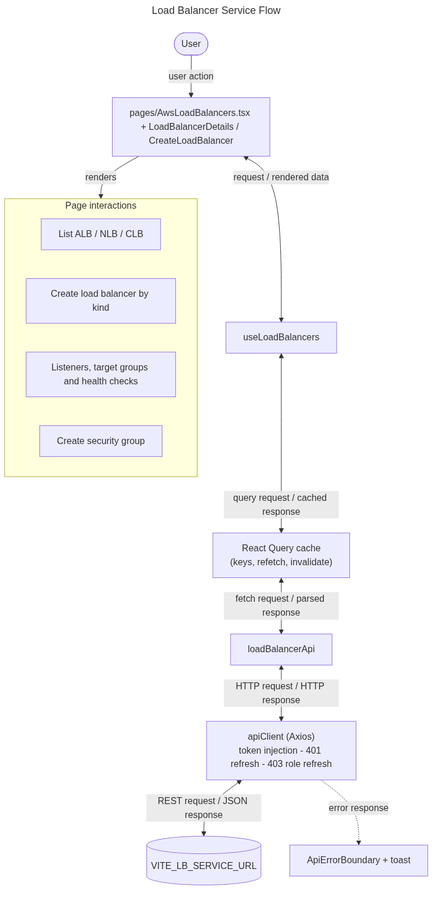
Above: docs/flowcharts/png/load-balancers.png in sayeeduddinofficial/user-table-view (Mermaid), before the change. Its source is kept beside it as docs/flowcharts/load-balancers.mmd.
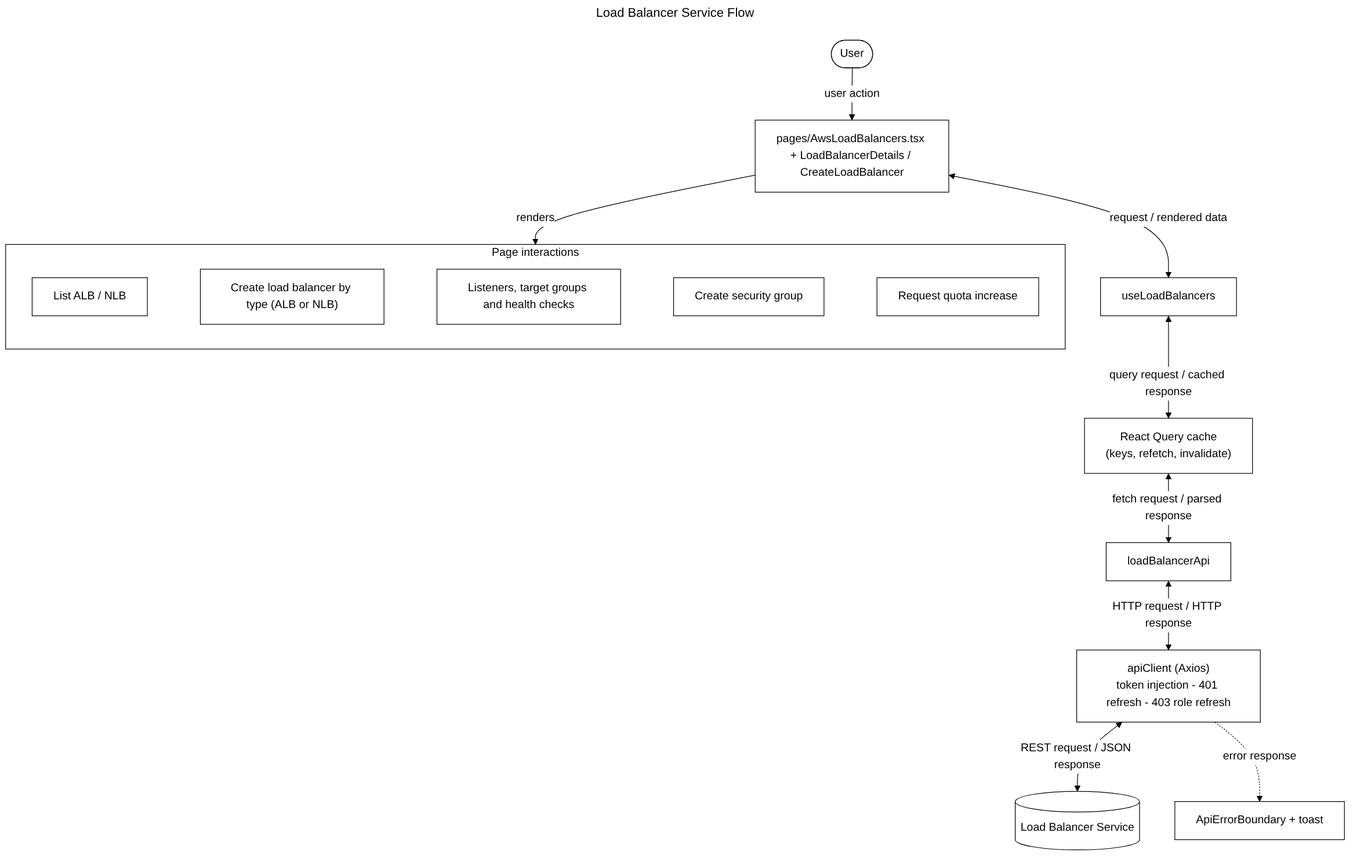
After the commit.

Change to the diagram source:
```diff
@@ -7,12 +7,15 @@
   H <-->|"query request / cached response"| Q["React Query cache<br/>(keys, refetch, invalidate)"]
   Q <-->|"fetch request / parsed response"| A["loadBalancerApi"]
   A <-->|"HTTP request / HTTP response"| C["apiClient (Axios)<br/>token injection - 401 refresh - 403 role refresh"]
-  C <-->|"REST request / JSON response"| S[("VITE_LB_SERVICE_URL")]
+  C <-->|"REST request / JSON response"| S[("Load Balancer Service")]
   P -->|"renders"| UI
   subgraph UI[Page interactions]
-    S0["List ALB / NLB / CLB"]
-    S1["Create load balancer by kind"]
+    direction LR
+    S0["List ALB / NLB"]
+    S1["Create load balancer by type (ALB or NLB)"]
     S2["Listeners, target groups and health checks"]
     S3["Create security group"]
+    S4["Request quota increase"]
+    S0 ~~~ S1 ~~~ S2 ~~~ S3 ~~~ S4
   end
   C -. "error response" .-> E["ApiErrorBoundary + toast"]
```
